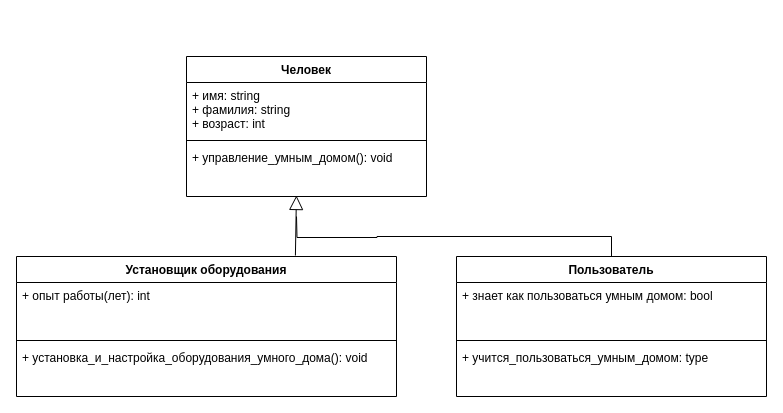
Above: Диаграмма "умный дом".drawio in EkaterinaZhirnova92/UML (draw.io), before the change. Source tidied: cells renumbered, new cells numbered last; positions are measured from the earlier drawing's top-left corner, leaving out a move shared by most shapes. Both pictures are drawn from the tidied source at 100%, with x=0, y=0 at pixel (16, 56).
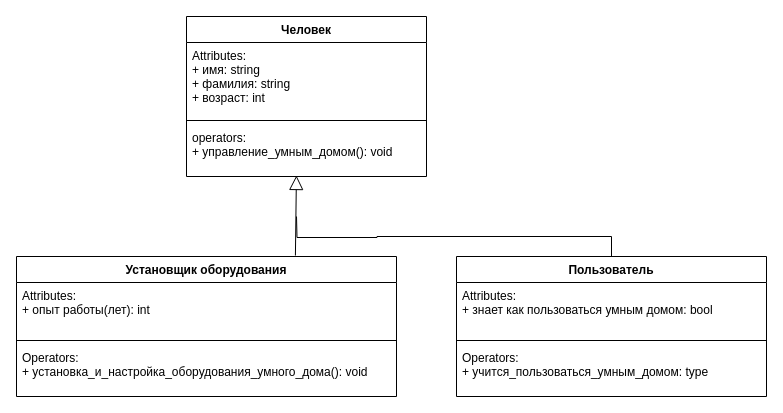
The same page after the edit.

Change to the diagram source:
```diff
@@
 <mxGraphModel>
   <root>
     <mxCell id="0" />
     <mxCell id="1" parent="0" />
     <mxCell id="2" style="edgeStyle=orthogonalEdgeStyle;rounded=0;jettySize=auto;html=1;exitX=0.5;exitY=0;exitDx=0;exitDy=0;endArrow=none;endFill=0;" parent="1" edge="1" source="3">
       <mxGeometry relative="1" as="geometry">
         <mxPoint x="280" y="160" as="targetPoint" />
       </mxGeometry>
     </mxCell>
     <mxCell id="3" value="Пользователь" style="swimlane;fontStyle=1;align=center;verticalAlign=top;horizontal=1;startSize=26;" parent="1" vertex="1">
       <mxGeometry x="440" y="200" width="310" height="140" as="geometry" />
     </mxCell>
-    <mxCell id="4" value="+ знает как пользоваться умным домом: bool&#10;" style="text;strokeColor=none;fillColor=none;align=left;verticalAlign=top;spacingLeft=4;spacingRight=4;overflow=hidden;" parent="3" vertex="1">
+    <mxCell id="4" value="Attributes:&#10;+ знает как пользоваться умным домом: bool&#10;" style="text;strokeColor=none;fillColor=none;align=left;verticalAlign=top;spacingLeft=4;spacingRight=4;overflow=hidden;" parent="3" vertex="1">
       <mxGeometry y="26" width="310" height="54" as="geometry" />
     </mxCell>
     <mxCell id="5" style="line;strokeWidth=1;fillColor=none;align=left;verticalAlign=middle;spacingTop=-1;spacingLeft=3;spacingRight=3;labelPosition=right;strokeColor=inherit;" parent="3" vertex="1">
       <mxGeometry y="80" width="310" height="8" as="geometry" />
     </mxCell>
-    <mxCell id="6" value="+ учится_пользоваться_умным_домом: type" style="text;strokeColor=none;fillColor=none;align=left;verticalAlign=top;spacingLeft=4;spacingRight=4;overflow=hidden;" parent="3" vertex="1">
+    <mxCell id="6" value="Operators:&#10;+ учится_пользоваться_умным_домом: type" style="text;strokeColor=none;fillColor=none;align=left;verticalAlign=top;spacingLeft=4;spacingRight=4;overflow=hidden;" parent="3" vertex="1">
       <mxGeometry y="88" width="310" height="52" as="geometry" />
     </mxCell>
     <mxCell id="7" value="Установщик оборудования" style="swimlane;fontStyle=1;align=center;verticalAlign=top;horizontal=1;startSize=26;" parent="1" vertex="1">
       <mxGeometry y="200" width="380" height="140" as="geometry" />
     </mxCell>
-    <mxCell id="8" value="+ опыт работы(лет): int&#10;" style="text;strokeColor=none;fillColor=none;align=left;verticalAlign=top;spacingLeft=4;spacingRight=4;overflow=hidden;" parent="7" vertex="1">
+    <mxCell id="8" value="Attributes:&#10;+ опыт работы(лет): int&#10;" style="text;strokeColor=none;fillColor=none;align=left;verticalAlign=top;spacingLeft=4;spacingRight=4;overflow=hidden;" parent="7" vertex="1">
       <mxGeometry y="26" width="380" height="54" as="geometry" />
     </mxCell>
     <mxCell id="9" style="line;strokeWidth=1;fillColor=none;align=left;verticalAlign=middle;spacingTop=-1;spacingLeft=3;spacingRight=3;labelPosition=right;strokeColor=inherit;" parent="7" vertex="1">
       <mxGeometry y="80" width="380" height="8" as="geometry" />
     </mxCell>
-    <mxCell id="10" value="+ установка_и_настройка_оборудования_умного_дома(): void" style="text;strokeColor=none;fillColor=none;align=left;verticalAlign=top;spacingLeft=4;spacingRight=4;overflow=hidden;" parent="7" vertex="1">
+    <mxCell id="10" value="Operators:&#10;+ установка_и_настройка_оборудования_умного_дома(): void" style="text;strokeColor=none;fillColor=none;align=left;verticalAlign=top;spacingLeft=4;spacingRight=4;overflow=hidden;" parent="7" vertex="1">
       <mxGeometry y="88" width="380" height="52" as="geometry" />
     </mxCell>
     <mxCell id="11" value="Человек" style="swimlane;fontStyle=1;align=center;verticalAlign=top;horizontal=1;startSize=26;" parent="1" vertex="1">
-      <mxGeometry x="170" width="240" height="140" as="geometry" />
+      <mxGeometry x="170" y="-40" width="240" height="160" as="geometry" />
     </mxCell>
-    <mxCell id="12" value="+ имя: string&#10;+ фамилия: string&#10;+ возраст: int" style="text;strokeColor=none;fillColor=none;align=left;verticalAlign=top;spacingLeft=4;spacingRight=4;overflow=hidden;" parent="11" vertex="1">
-      <mxGeometry y="26" width="240" height="54" as="geometry" />
+    <mxCell id="12" value="Attributes:&#10;+ имя: string&#10;+ фамилия: string&#10;+ возраст: int" style="text;strokeColor=none;fillColor=none;align=left;verticalAlign=top;spacingLeft=4;spacingRight=4;overflow=hidden;" parent="11" vertex="1">
+      <mxGeometry y="26" width="240" height="74" as="geometry" />
     </mxCell>
     <mxCell id="13" style="line;strokeWidth=1;fillColor=none;align=left;verticalAlign=middle;spacingTop=-1;spacingLeft=3;spacingRight=3;labelPosition=right;strokeColor=inherit;" parent="11" vertex="1">
-      <mxGeometry y="80" width="240" height="8" as="geometry" />
+      <mxGeometry y="100" width="240" height="8" as="geometry" />
     </mxCell>
-    <mxCell id="14" value="+ управление_умным_домом(): void" style="text;strokeColor=none;fillColor=none;align=left;verticalAlign=top;spacingLeft=4;spacingRight=4;overflow=hidden;points=[[0,0.5],[1,0.5]];portConstraint=eastwest;" parent="11" vertex="1">
-      <mxGeometry y="88" width="240" height="52" as="geometry" />
+    <mxCell id="14" value="operators:&#10;+ управление_умным_домом(): void" style="text;strokeColor=none;fillColor=none;align=left;verticalAlign=top;spacingLeft=4;spacingRight=4;overflow=hidden;points=[[0,0.5],[1,0.5]];portConstraint=eastwest;" parent="11" vertex="1">
+      <mxGeometry y="108" width="240" height="52" as="geometry" />
     </mxCell>
     <mxCell id="15" style="endArrow=block;endFill=0;endSize=12;html=1;rounded=0;entryX=0.458;entryY=0.981;entryDx=0;entryDy=0;entryPerimeter=0;exitX=0.734;exitY=-0.007;exitDx=0;exitDy=0;exitPerimeter=0;" parent="1" edge="1" source="7" target="14">
       <mxGeometry relative="1" as="geometry" />
     </mxCell>
   </root>
 </mxGraphModel>
```
